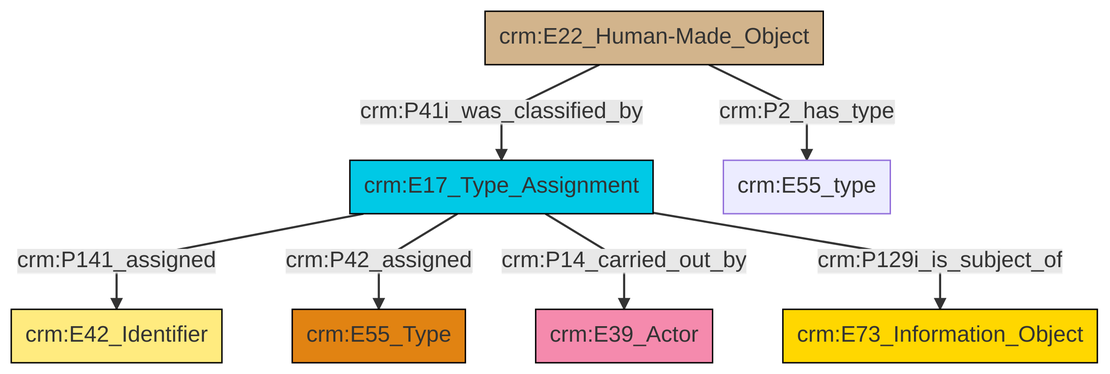
This is et/builtWorkCSV/ttl/mmd/png/Built_Work_designation_status.png from swiss-art-research-net/docs.swissartresearch, a Mermaid export, as it was before one commit. Its source is kept beside it as et/builtWorkCSV/ttl/mmd/Built_Work_designation_status.ttl.mmd.
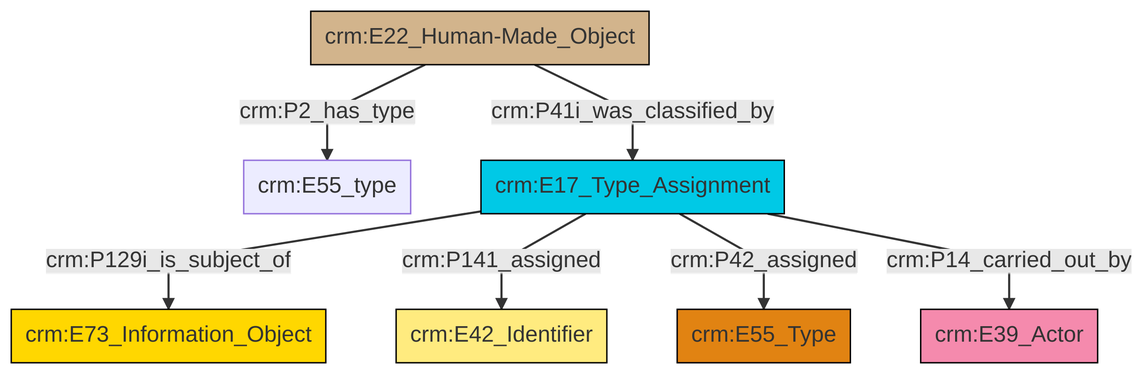
The same file after the commit.

Change to the diagram source:
```diff
@@ -13,9 +13,9 @@
 classDef PC_Classes fill:#4ce600, stroke:#000000;
 classDef Multi fill:#cccccc,stroke:#000000;
 
-2["crm:E17_Type_Assignment"]:::Temporal_Entity -->|crm:P141_assigned| 3["crm:E42_Identifier"]:::Appellation
-2["crm:E17_Type_Assignment"]:::Temporal_Entity -->|crm:P42_assigned| 4["crm:E55_Type"]:::Type
-6["crm:E22_Human-Made_Object"]:::Physical_Thing -->|crm:P2_has_type| 7["crm:E55_type"]:::Default
-6["crm:E22_Human-Made_Object"]:::Physical_Thing -->|crm:P41i_was_classified_by| 2["crm:E17_Type_Assignment"]:::Temporal_Entity
-2["crm:E17_Type_Assignment"]:::Temporal_Entity -->|crm:P14_carried_out_by| 10["crm:E39_Actor"]:::Actor
-2["crm:E17_Type_Assignment"]:::Temporal_Entity -->|crm:P129i_is_subject_of| 0["crm:E73_Information_Object"]:::Conceptual_Object
+0["crm:E22_Human-Made_Object"]:::Physical_Thing -->|crm:P2_has_type| 1["crm:E55_type"]:::Default
+3["crm:E17_Type_Assignment"]:::Temporal_Entity -->|crm:P129i_is_subject_of| 7["crm:E73_Information_Object"]:::Conceptual_Object
+3["crm:E17_Type_Assignment"]:::Temporal_Entity -->|crm:P141_assigned| 9["crm:E42_Identifier"]:::Appellation
+3["crm:E17_Type_Assignment"]:::Temporal_Entity -->|crm:P42_assigned| 10["crm:E55_Type"]:::Type
+3["crm:E17_Type_Assignment"]:::Temporal_Entity -->|crm:P14_carried_out_by| 5["crm:E39_Actor"]:::Actor
+0["crm:E22_Human-Made_Object"]:::Physical_Thing -->|crm:P41i_was_classified_by| 3["crm:E17_Type_Assignment"]:::Temporal_Entity
```
